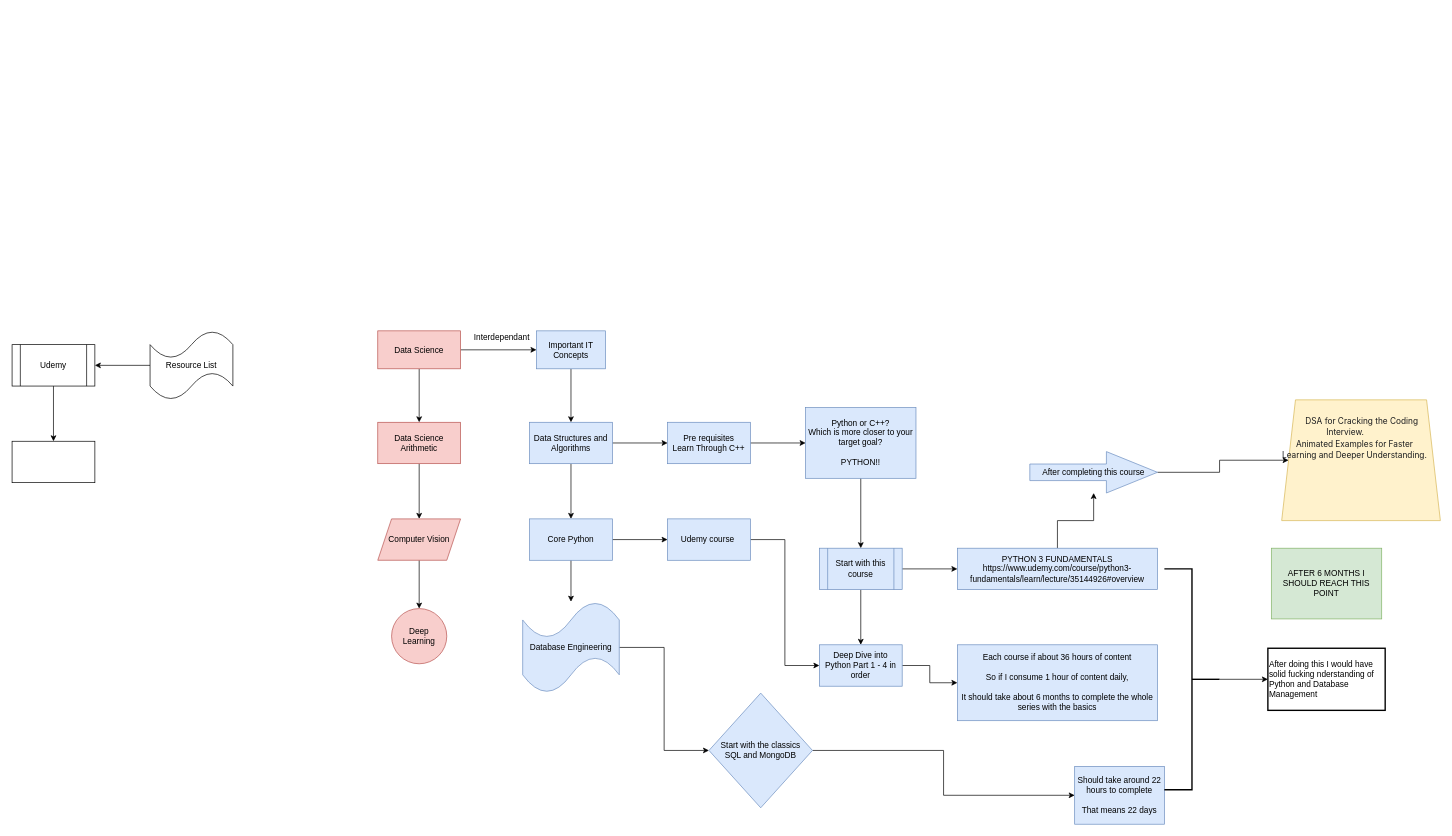
This is Plan-Future-Learning.drawio from puranjayyadav/AGV-BOSCH, a draw.io file, before an edit. Source tidied: cells renumbered, new cells numbered last; positions are measured from the earlier drawing's top-left corner, leaving out a move shared by most shapes. Both pictures are drawn from the tidied source at 69%, with x=0, y=0 at pixel (12, 327).
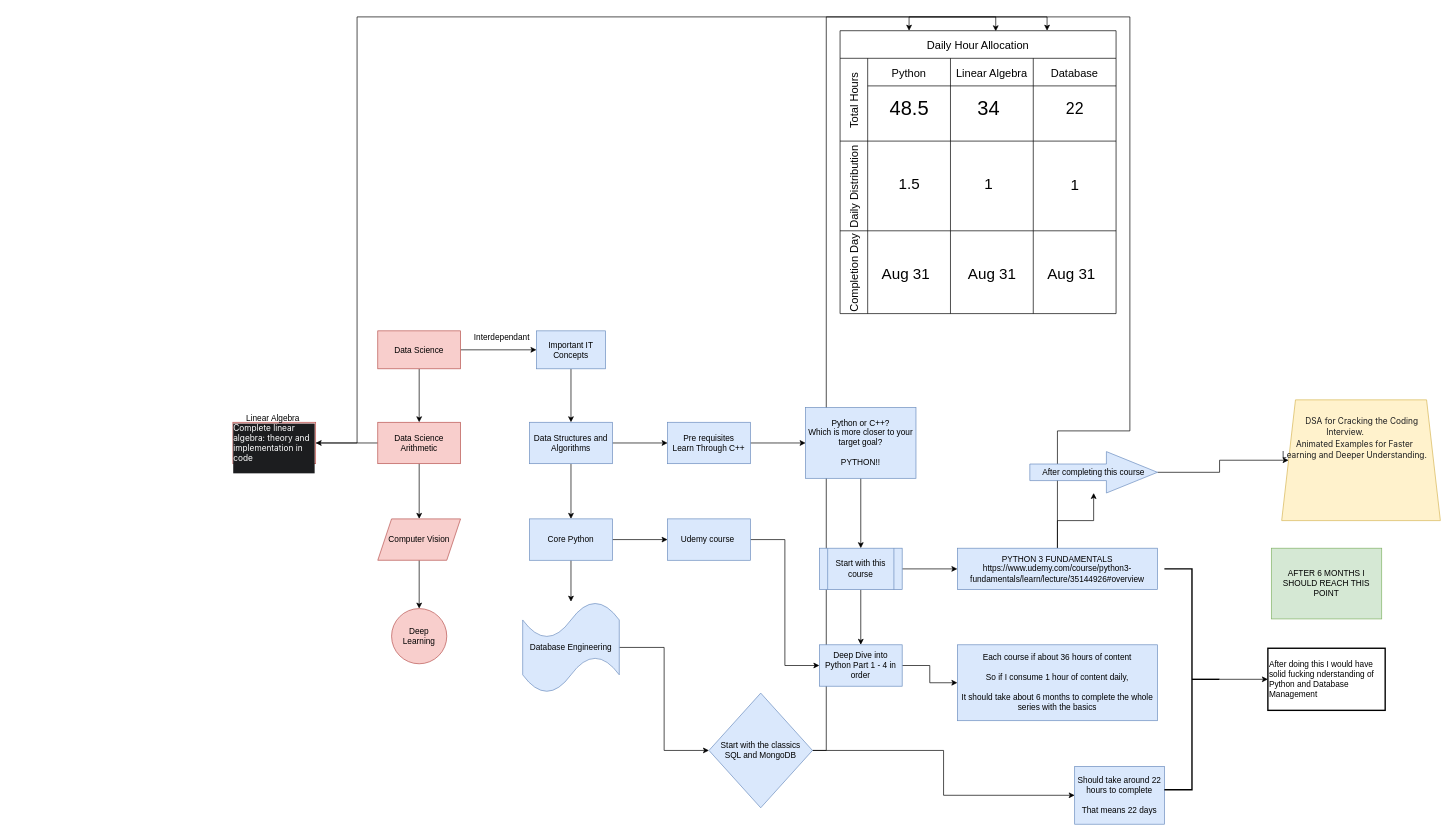
The same page after the edit.

Unchanged cells that the change refers to:
```xml
<mxCell id="18" value="Data Science Arithmetic" style="whiteSpace=wrap;html=1;fillColor=#f8cecc;strokeColor=#b85450;gradientColor=none;rounded=0;" parent="1" vertex="1">
  <mxGeometry x="530" y="137.5" width="120" height="60" as="geometry" />
</mxCell>
<mxCell id="36" value="PYTHON 3 FUNDAMENTALS&lt;br&gt;https://www.udemy.com/course/python3-fundamentals/learn/lecture/35144926#overview" style="whiteSpace=wrap;html=1;fillColor=#dae8fc;strokeColor=#6c8ebf;rounded=0;gradientColor=none;" parent="1" vertex="1">
  <mxGeometry x="1370" y="320" width="290" height="60" as="geometry" />
</mxCell>
<mxCell id="41" value="Start with the classics&lt;br&gt;SQL and MongoDB" style="rhombus;whiteSpace=wrap;html=1;fillColor=#dae8fc;strokeColor=#6c8ebf;rounded=0;gradientColor=none;" parent="1" vertex="1">
  <mxGeometry x="1010" y="530" width="150" height="166.2" as="geometry" />
</mxCell>
```

What changed in the source:
```diff
@@
+    <mxCell id="50" style="edgeStyle=orthogonalEdgeStyle;rounded=0;jettySize=auto;html=1;" parent="1" edge="1" source="18" target="54">
+      <mxGeometry relative="1" as="geometry" />
+    </mxCell>
@@
-    <mxCell id="25" style="edgeStyle=orthogonalEdgeStyle;rounded=0;jettySize=auto;html=1;" parent="1" edge="1" source="26" target="28">
-      <mxGeometry relative="1" as="geometry" />
-    </mxCell>
-    <mxCell id="26" value="Resource List" style="shape=tape;whiteSpace=wrap;html=1;" parent="1" vertex="1">
-      <mxGeometry x="200" y="5" width="120" height="100" as="geometry" />
-    </mxCell>
-    <mxCell id="27" style="edgeStyle=orthogonalEdgeStyle;rounded=0;jettySize=auto;html=1;" parent="1" edge="1" source="28" target="29">
-      <mxGeometry relative="1" as="geometry" />
-    </mxCell>
-    <mxCell id="28" value="Udemy" style="shape=process;whiteSpace=wrap;html=1;backgroundOutline=1;" parent="1" vertex="1">
-      <mxGeometry y="25" width="120" height="60" as="geometry" />
-    </mxCell>
-    <mxCell id="29" style="whiteSpace=wrap;html=1;" parent="1" vertex="1">
-      <mxGeometry y="165" width="120" height="60" as="geometry" />
-    </mxCell>
-    <mxCell id="30" style="edgeStyle=orthogonalEdgeStyle;rounded=0;jettySize=auto;html=1;" parent="1" edge="1" source="31" target="34">
-      <mxGeometry relative="1" as="geometry" />
-    </mxCell>
-    <mxCell id="31" value="Python or C++?&lt;br&gt;Which is more closer to your target goal?&lt;br&gt;&lt;br&gt;PYTHON!!" style="whiteSpace=wrap;html=1;fillColor=#dae8fc;strokeColor=#6c8ebf;rounded=0;gradientColor=none;" parent="1" vertex="1">
-      <mxGeometry x="1150" y="116.2" width="160" height="102.5" as="geometry" />
-    </mxCell>
@@
-    <mxCell id="33" style="edgeStyle=orthogonalEdgeStyle;rounded=0;jettySize=auto;html=1;" parent="1" edge="1" source="34" target="38">
-      <mxGeometry relative="1" as="geometry" />
-    </mxCell>
-    <mxCell id="34" value="Start with this course&lt;br&gt;" style="shape=process;whiteSpace=wrap;html=1;backgroundOutline=1;fillColor=#dae8fc;strokeColor=#6c8ebf;rounded=0;gradientColor=none;" parent="1" vertex="1">
-      <mxGeometry x="1170" y="320" width="120" height="60" as="geometry" />
-    </mxCell>
@@
+    <mxCell id="51" style="edgeStyle=orthogonalEdgeStyle;rounded=0;jettySize=auto;html=1;entryX=0.25;entryY=0;entryDx=0;entryDy=0;" parent="1" edge="1" source="36" target="55">
+      <mxGeometry relative="1" as="geometry" />
+    </mxCell>
@@
-    <mxCell id="38" value="Deep Dive into Python Part 1 - 4 in order" style="whiteSpace=wrap;html=1;fillColor=#dae8fc;strokeColor=#6c8ebf;rounded=0;gradientColor=none;" parent="1" vertex="1">
-      <mxGeometry x="1170" y="460" width="120" height="60" as="geometry" />
-    </mxCell>
@@
+    <mxCell id="52" style="edgeStyle=orthogonalEdgeStyle;rounded=0;jettySize=auto;html=1;entryX=0.75;entryY=0;entryDx=0;entryDy=0;" parent="1" edge="1" source="41" target="55">
+      <mxGeometry relative="1" as="geometry" />
+    </mxCell>
@@
+    <mxCell id="53" style="edgeStyle=orthogonalEdgeStyle;rounded=0;jettySize=auto;html=1;entryX=0.564;entryY=0.002;entryDx=0;entryDy=0;entryPerimeter=0;" parent="1" edge="1" source="54" target="55">
+      <mxGeometry relative="1" as="geometry">
+        <Array as="points">
+          <mxPoint x="500" y="168" />
+          <mxPoint x="500" y="-450" />
+          <mxPoint x="1426" y="-450" />
+        </Array>
+      </mxGeometry>
+    </mxCell>
@@
+    <mxCell id="54" value="Linear Algebra&amp;nbsp;&lt;br&gt;&lt;h1 style=&quot;box-sizing: border-box; margin: 0px; padding: 0px; font-size: inherit; font-weight: 400; max-width: 60rem; color: rgb(255, 255, 255); font-family: &amp;quot;Udemy Sans&amp;quot;, &amp;quot;SF Pro Text&amp;quot;, -apple-system, BlinkMacSystemFont, Roboto, &amp;quot;Segoe UI&amp;quot;, Helvetica, Arial, sans-serif, &amp;quot;Apple Color Emoji&amp;quot;, &amp;quot;Segoe UI Emoji&amp;quot;, &amp;quot;Segoe UI Symbol&amp;quot;; text-align: start; background-color: rgb(28, 29, 31);&quot; class=&quot;header--course-title--tHmMe&quot;&gt;Complete linear algebra: theory and implementation in code&lt;div&gt;&lt;br&gt;&lt;/div&gt;&lt;/h1&gt;" style="whiteSpace=wrap;html=1;fillColor=#f8cecc;strokeColor=#b85450;gradientColor=none;rounded=0;" parent="1" vertex="1">
+      <mxGeometry x="320" y="137.5" width="120" height="60" as="geometry" />
+    </mxCell>
+    <mxCell id="55" value="Daily Hour Allocation" style="shape=table;childLayout=tableLayout;startSize=40;fontSize=16;" parent="1" vertex="1">
+      <mxGeometry x="1200" y="-430" width="400" height="410" as="geometry" />
+    </mxCell>
+    <mxCell id="56" value="Total Hours" style="shape=tableRow;horizontal=0;swimlaneHead=0;swimlaneBody=0;top=0;left=0;strokeColor=inherit;bottom=0;right=0;fontStyle=0;fillColor=none;startSize=40;fontSize=16;" parent="55" vertex="1">
+      <mxGeometry y="40" width="400" height="120" as="geometry" />
+    </mxCell>
+    <mxCell id="57" value="Python" style="swimlane;swimlaneHead=0;swimlaneBody=0;fontStyle=0;strokeColor=inherit;fillColor=none;startSize=40;fontSize=16;" parent="56" vertex="1">
+      <mxGeometry x="40" width="120" height="120" as="geometry" />
+    </mxCell>
+    <mxCell id="58" value="Linear Algebra" style="swimlane;swimlaneHead=0;swimlaneBody=0;fontStyle=0;strokeColor=inherit;fillColor=none;startSize=40;fontSize=16;" parent="56" vertex="1">
+      <mxGeometry x="160" width="120" height="120" as="geometry" />
+    </mxCell>
+    <mxCell id="59" value="34" style="text;html=1;align=center;verticalAlign=middle;strokeColor=none;fillColor=none;fontSize=29;" parent="58" vertex="1">
+      <mxGeometry x="25" y="48" width="60" height="50" as="geometry" />
+    </mxCell>
+    <mxCell id="60" value="Database" style="swimlane;swimlaneHead=0;swimlaneBody=0;fontStyle=0;strokeColor=inherit;fillColor=none;startSize=40;fontSize=16;" parent="56" vertex="1">
+      <mxGeometry x="280" width="120" height="120" as="geometry" />
+    </mxCell>
+    <mxCell id="61" value="Daily Distribution" style="shape=tableRow;horizontal=0;swimlaneHead=0;swimlaneBody=0;top=0;left=0;strokeColor=inherit;bottom=0;right=0;fontStyle=0;fillColor=none;startSize=40;fontSize=16;" parent="55" vertex="1">
+      <mxGeometry y="160" width="400" height="130" as="geometry" />
+    </mxCell>
+    <mxCell id="62" style="swimlane;swimlaneHead=0;swimlaneBody=0;fontStyle=0;strokeColor=inherit;fillColor=none;startSize=0;fontSize=16;" parent="61" vertex="1">
+      <mxGeometry x="40" width="120" height="130" as="geometry" />
+    </mxCell>
+    <mxCell id="63" value="1.5" style="text;html=1;align=center;verticalAlign=middle;strokeColor=none;fillColor=none;fontSize=22;" parent="62" vertex="1">
+      <mxGeometry x="35" y="43" width="50" height="40" as="geometry" />
+    </mxCell>
+    <mxCell id="64" style="swimlane;swimlaneHead=0;swimlaneBody=0;fontStyle=0;strokeColor=inherit;fillColor=none;startSize=0;fontSize=16;" parent="61" vertex="1">
+      <mxGeometry x="160" width="120" height="130" as="geometry" />
+    </mxCell>
+    <mxCell id="65" value="1" style="text;html=1;align=center;verticalAlign=middle;strokeColor=none;fillColor=none;fontSize=22;" parent="64" vertex="1">
+      <mxGeometry x="35" y="43" width="40" height="40" as="geometry" />
+    </mxCell>
+    <mxCell id="66" style="swimlane;swimlaneHead=0;swimlaneBody=0;fontStyle=0;strokeColor=inherit;fillColor=none;startSize=0;fontSize=16;" parent="61" vertex="1">
+      <mxGeometry x="280" width="120" height="130" as="geometry" />
+    </mxCell>
+    <mxCell id="67" value="1" style="text;html=1;align=center;verticalAlign=middle;strokeColor=none;fillColor=none;fontSize=22;" parent="66" vertex="1">
+      <mxGeometry x="40" y="45" width="40" height="40" as="geometry" />
+    </mxCell>
+    <mxCell id="68" value="Completion Day" style="shape=tableRow;horizontal=0;swimlaneHead=0;swimlaneBody=0;top=0;left=0;strokeColor=inherit;bottom=0;right=0;fontStyle=0;fillColor=none;startSize=40;fontSize=16;" parent="55" vertex="1">
+      <mxGeometry y="290" width="400" height="120" as="geometry" />
+    </mxCell>
+    <mxCell id="69" style="swimlane;swimlaneHead=0;swimlaneBody=0;fontStyle=0;strokeColor=inherit;fillColor=none;startSize=0;fontSize=16;" parent="68" vertex="1">
+      <mxGeometry x="40" width="120" height="120" as="geometry" />
+    </mxCell>
+    <mxCell id="70" value="Aug 31" style="text;html=1;align=center;verticalAlign=middle;strokeColor=none;fillColor=none;fontSize=22;" parent="69" vertex="1">
+      <mxGeometry x="10" y="43" width="90" height="40" as="geometry" />
+    </mxCell>
+    <mxCell id="71" style="swimlane;swimlaneHead=0;swimlaneBody=0;fontStyle=0;strokeColor=inherit;fillColor=none;startSize=0;fontSize=16;" parent="68" vertex="1">
+      <mxGeometry x="160" width="120" height="120" as="geometry" />
+    </mxCell>
+    <mxCell id="72" style="swimlane;swimlaneHead=0;swimlaneBody=0;fontStyle=0;strokeColor=inherit;fillColor=none;startSize=0;fontSize=16;" parent="68" vertex="1">
+      <mxGeometry x="280" width="120" height="120" as="geometry" />
+    </mxCell>
+    <mxCell id="73" value="Aug 31" style="text;html=1;align=center;verticalAlign=middle;strokeColor=none;fillColor=none;fontSize=22;" parent="72" vertex="1">
+      <mxGeometry x="10" y="43" width="90" height="40" as="geometry" />
+    </mxCell>
+    <mxCell id="74" value="48.5" style="text;html=1;align=center;verticalAlign=middle;strokeColor=none;fillColor=none;fontSize=29;" parent="1" vertex="1">
+      <mxGeometry x="1260" y="-342" width="80" height="50" as="geometry" />
+    </mxCell>
+    <mxCell id="75" value="22" style="text;html=1;align=center;verticalAlign=middle;strokeColor=none;fillColor=none;fontSize=23;" parent="1" vertex="1">
+      <mxGeometry x="1515" y="-337" width="50" height="40" as="geometry" />
+    </mxCell>
+    <mxCell id="30" style="edgeStyle=orthogonalEdgeStyle;rounded=0;jettySize=auto;html=1;" parent="1" edge="1" source="31" target="34">
+      <mxGeometry relative="1" as="geometry" />
+    </mxCell>
+    <mxCell id="31" value="Python or C++?&lt;br&gt;Which is more closer to your target goal?&lt;br&gt;&lt;br&gt;PYTHON!!" style="whiteSpace=wrap;html=1;fillColor=#dae8fc;strokeColor=#6c8ebf;rounded=0;gradientColor=none;" parent="1" vertex="1">
+      <mxGeometry x="1150" y="116.2" width="160" height="102.5" as="geometry" />
+    </mxCell>
+    <mxCell id="33" style="edgeStyle=orthogonalEdgeStyle;rounded=0;jettySize=auto;html=1;" parent="1" edge="1" source="34" target="38">
+      <mxGeometry relative="1" as="geometry" />
+    </mxCell>
+    <mxCell id="34" value="Start with this course&lt;br&gt;" style="shape=process;whiteSpace=wrap;html=1;backgroundOutline=1;fillColor=#dae8fc;strokeColor=#6c8ebf;rounded=0;gradientColor=none;" parent="1" vertex="1">
+      <mxGeometry x="1170" y="320" width="120" height="60" as="geometry" />
+    </mxCell>
+    <mxCell id="38" value="Deep Dive into Python Part 1 - 4 in order" style="whiteSpace=wrap;html=1;fillColor=#dae8fc;strokeColor=#6c8ebf;rounded=0;gradientColor=none;" parent="1" vertex="1">
+      <mxGeometry x="1170" y="460" width="120" height="60" as="geometry" />
+    </mxCell>
+    <mxCell id="76" value="Aug 31" style="text;html=1;align=center;verticalAlign=middle;strokeColor=none;fillColor=none;fontSize=22;" parent="1" vertex="1">
+      <mxGeometry x="1375" y="-97" width="90" height="40" as="geometry" />
+    </mxCell>
```
